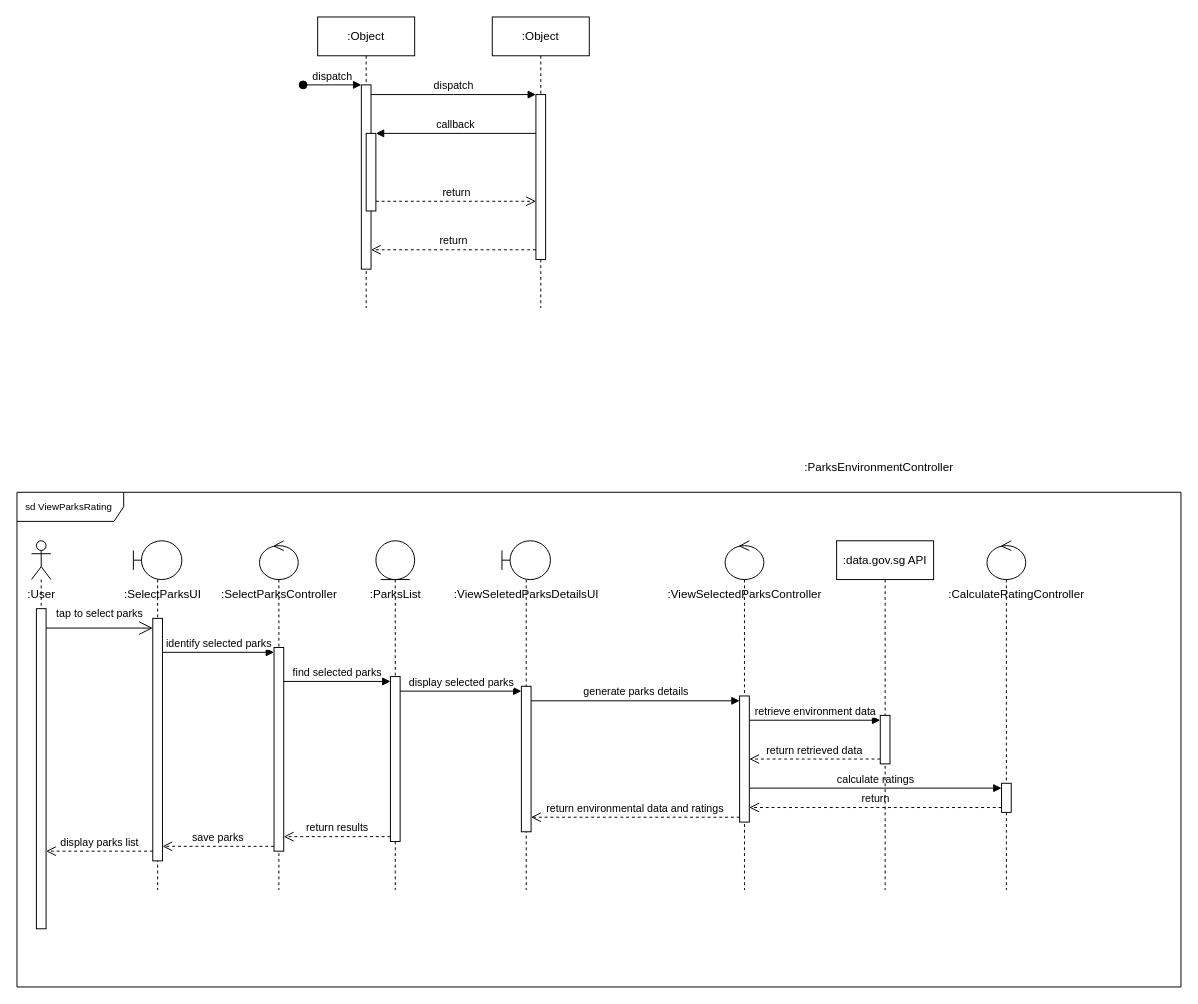
tetsuri2000/sequence-diagram-temp keeps this draw.io diagram as sequence.drawio. Above is the earlier version. Source tidied: cells renumbered, new cells numbered last; positions are measured from the earlier drawing's top-left corner, leaving out a move shared by most shapes. Both pictures are drawn from the tidied source at 97%, with x=0, y=0 at pixel (16, 16).
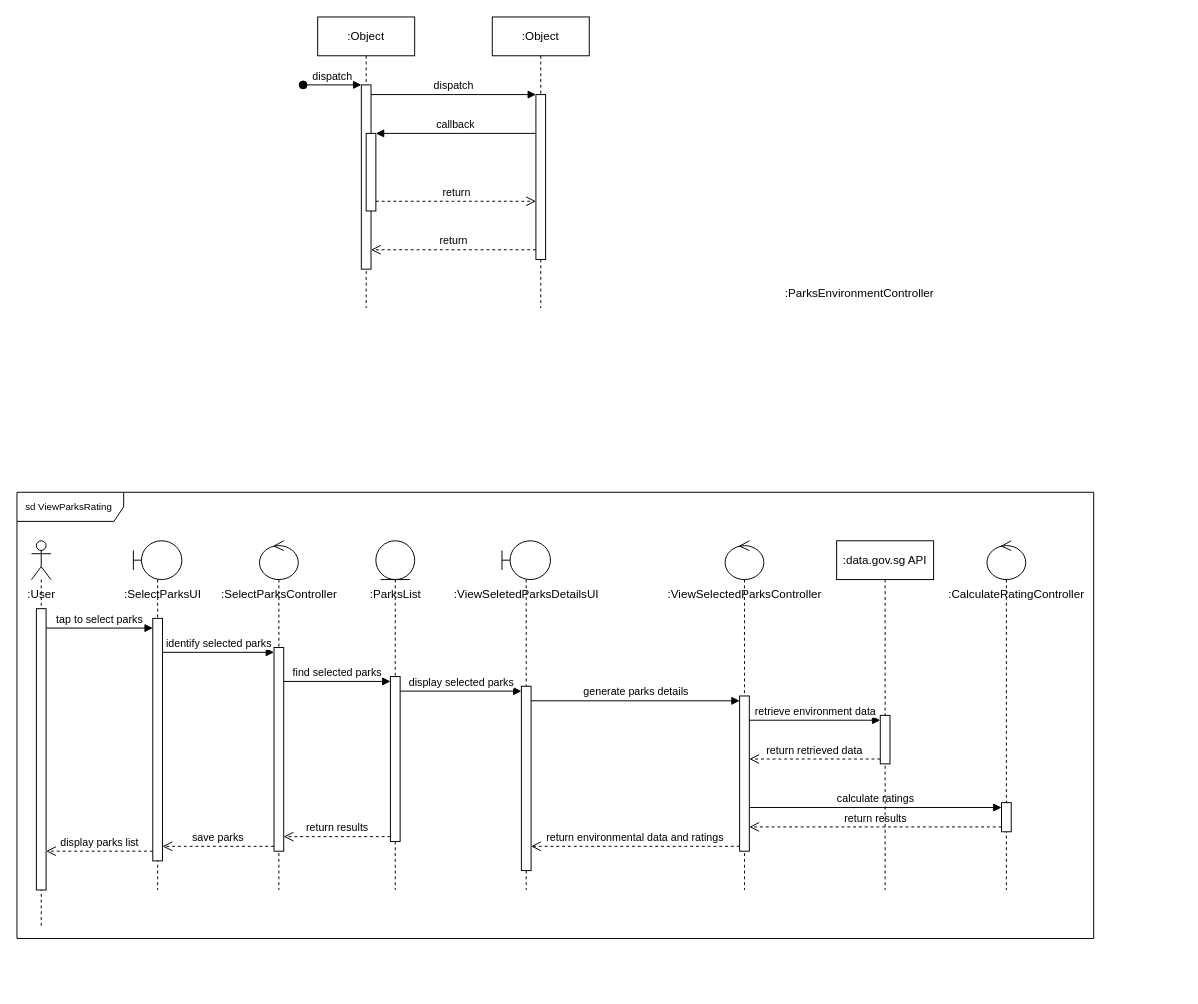
Above is the later version.

The change refers to these unchanged cells:
```xml
<mxCell id="13" style="shape=umlLifeline;perimeter=lifelinePerimeter;whiteSpace=wrap;html=1;newEdgeStyle={&quot;curved&quot;:0,&quot;rounded&quot;:0};participant=umlActor;" parent="1" vertex="1">
  <mxGeometry x="15" y="540" width="20" height="400" as="geometry" />
</mxCell>
<mxCell id="27" style="shape=umlLifeline;perimeter=lifelinePerimeter;whiteSpace=wrap;html=1;newEdgeStyle={&quot;curved&quot;:0,&quot;rounded&quot;:0};participant=umlBoundary;" parent="1" vertex="1">
  <mxGeometry x="500" y="540" width="50" height="360" as="geometry" />
</mxCell>
<mxCell id="30" style="shape=umlLifeline;perimeter=lifelinePerimeter;whiteSpace=wrap;html=1;newEdgeStyle={&quot;curved&quot;:0,&quot;rounded&quot;:0};participant=umlControl;" parent="1" vertex="1">
  <mxGeometry x="730" y="540" width="40" height="360" as="geometry" />
</mxCell>
<mxCell id="35" style="shape=umlLifeline;perimeter=lifelinePerimeter;whiteSpace=wrap;html=1;newEdgeStyle={&quot;curved&quot;:0,&quot;rounded&quot;:0};participant=umlControl;" parent="1" vertex="1">
  <mxGeometry x="1000" y="540" width="40" height="360" as="geometry" />
</mxCell>
```

What changed in the source:
```diff
@@
     <mxCell id="12" value="&lt;font style=&quot;font-size: 10px;&quot;&gt;sd ViewParksRating&amp;nbsp;&lt;/font&gt;" style="shape=umlFrame;whiteSpace=wrap;html=1;width=110;height=30;" parent="1" vertex="1">
-      <mxGeometry y="490" width="1200" height="510" as="geometry" />
+      <mxGeometry y="490" width="1110" height="460" as="geometry" />
     </mxCell>
@@
     <mxCell id="14" style="html=1;points=[[0,0,0,0,5],[0,1,0,0,-5],[1,0,0,0,5],[1,1,0,0,-5]];perimeter=orthogonalPerimeter;outlineConnect=0;targetShapes=umlLifeline;portConstraint=eastwest;newEdgeStyle={&quot;curved&quot;:0,&quot;rounded&quot;:0};" parent="13" vertex="1">
-      <mxGeometry x="5" y="70" width="10" height="330" as="geometry" />
+      <mxGeometry x="5" y="70" width="10" height="290" as="geometry" />
     </mxCell>
@@
     <mxCell id="21" value=":ParksEnvironmentController&amp;nbsp;" style="text;html=1;align=center;verticalAlign=middle;strokeColor=none;fillColor=none;" parent="1" vertex="1">
-      <mxGeometry x="800" y="450" width="180" height="30" as="geometry" />
+      <mxGeometry x="780" y="270" width="180" height="30" as="geometry" />
     </mxCell>
@@
     <mxCell id="28" style="html=1;points=[[0,0,0,0,5],[0,1,0,0,-5],[1,0,0,0,5],[1,1,0,0,-5]];perimeter=orthogonalPerimeter;outlineConnect=0;targetShapes=umlLifeline;portConstraint=eastwest;newEdgeStyle={&quot;curved&quot;:0,&quot;rounded&quot;:0};" parent="27" vertex="1">
-      <mxGeometry x="20" y="150" width="10" height="150" as="geometry" />
+      <mxGeometry x="20" y="150" width="10" height="190" as="geometry" />
     </mxCell>
@@
     <mxCell id="31" style="html=1;points=[[0,0,0,0,5],[0,1,0,0,-5],[1,0,0,0,5],[1,1,0,0,-5]];perimeter=orthogonalPerimeter;outlineConnect=0;targetShapes=umlLifeline;portConstraint=eastwest;newEdgeStyle={&quot;curved&quot;:0,&quot;rounded&quot;:0};" parent="30" vertex="1">
-      <mxGeometry x="15" y="160" width="10" height="130" as="geometry" />
+      <mxGeometry x="15" y="160" width="10" height="160" as="geometry" />
     </mxCell>
@@
-    <mxCell id="33" style="endArrow=open;endFill=1;endSize=12;html=1;rounded=0;" parent="1" edge="1" source="14">
-      <mxGeometry relative="1" as="geometry">
-        <mxPoint x="140" y="630" as="targetPoint" />
-      </mxGeometry>
-    </mxCell>
-    <mxCell id="34" value="&lt;font style=&quot;font-size: 11px;&quot;&gt;tap to select parks&lt;/font&gt;" style="text;html=1;align=center;verticalAlign=middle;strokeColor=none;fillColor=none;" parent="1" vertex="1">
-      <mxGeometry x="30" y="600" width="110" height="30" as="geometry" />
-    </mxCell>
@@
     <mxCell id="36" style="html=1;points=[[0,0,0,0,5],[0,1,0,0,-5],[1,0,0,0,5],[1,1,0,0,-5]];perimeter=orthogonalPerimeter;outlineConnect=0;targetShapes=umlLifeline;portConstraint=eastwest;newEdgeStyle={&quot;curved&quot;:0,&quot;rounded&quot;:0};" parent="35" vertex="1">
-      <mxGeometry x="15" y="250" width="10" height="30" as="geometry" />
+      <mxGeometry x="15" y="270" width="10" height="30" as="geometry" />
     </mxCell>
@@
-    <mxCell id="48" value="return" style="html=1;verticalAlign=bottom;endArrow=open;dashed=1;endSize=8;curved=0;rounded=0;exitX=0;exitY=1;exitDx=0;exitDy=-5;" parent="1" edge="1" source="36" target="31">
+    <mxCell id="48" value="return results" style="html=1;verticalAlign=bottom;endArrow=open;dashed=1;endSize=8;curved=0;rounded=0;exitX=0;exitY=1;exitDx=0;exitDy=-5;" parent="1" edge="1" source="36" target="31">
       <mxGeometry relative="1" as="geometry" />
     </mxCell>
@@
+    <mxCell id="34" value="tap to select parks" style="html=1;verticalAlign=bottom;endArrow=block;curved=0;rounded=0;" parent="1" edge="1">
+      <mxGeometry relative="1" as="geometry">
+        <mxPoint x="30" y="630" as="sourcePoint" />
+        <mxPoint x="140" y="630" as="targetPoint" />
+      </mxGeometry>
+    </mxCell>
```
